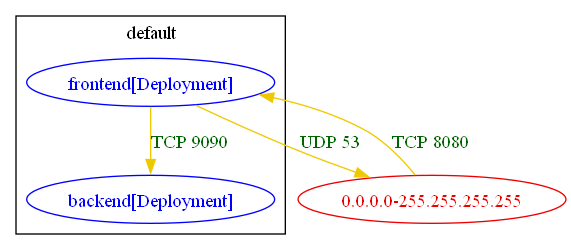
Above: test_outputs/connlist/netpol-analysis-example-minimal_connlist_output.dot.png in np-guard/netpol-analyzer (Graphviz), before the change. Its source is kept beside it as test_outputs/connlist/netpol-analysis-example-minimal_connlist_output.dot. The source it was exported from:
```dot
digraph {
	subgraph "cluster_default" {
		color="black"
		fontcolor="black"
		"default/backend[Deployment]" [label="backend[Deployment]" color="blue" fontcolor="blue"]
		"default/frontend[Deployment]" [label="frontend[Deployment]" color="blue" fontcolor="blue"]
		label="default"
	}
	"0.0.0.0-255.255.255.255" [label="0.0.0.0-255.255.255.255" color="red2" fontcolor="red2"]
	"0.0.0.0-255.255.255.255" -> "default/frontend[Deployment]" [label="TCP 8080" color="gold2" fontcolor="darkgreen" weight=0.5]
	"default/frontend[Deployment]" -> "0.0.0.0-255.255.255.255" [label="UDP 53" color="gold2" fontcolor="darkgreen" weight=1]
	"default/frontend[Deployment]" -> "default/backend[Deployment]" [label="TCP 9090" color="gold2" fontcolor="darkgreen" weight=1]
}
```
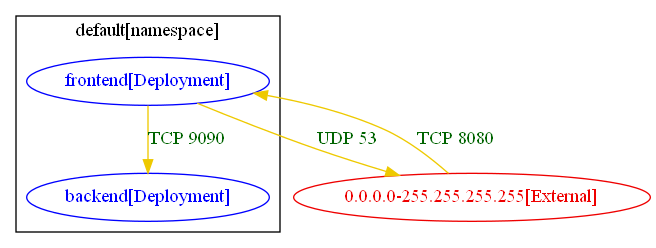
The same file after the commit.

Change to the diagram source:
```diff
@@ -1,13 +1,13 @@
 digraph {
-	subgraph "cluster_default" {
+	subgraph "cluster_default[namespace]" {
 		color="black"
 		fontcolor="black"
 		"default/backend[Deployment]" [label="backend[Deployment]" color="blue" fontcolor="blue"]
 		"default/frontend[Deployment]" [label="frontend[Deployment]" color="blue" fontcolor="blue"]
-		label="default"
+		label="default[namespace]"
 	}
-	"0.0.0.0-255.255.255.255" [label="0.0.0.0-255.255.255.255" color="red2" fontcolor="red2"]
-	"0.0.0.0-255.255.255.255" -> "default/frontend[Deployment]" [label="TCP 8080" color="gold2" fontcolor="darkgreen" weight=0.5]
-	"default/frontend[Deployment]" -> "0.0.0.0-255.255.255.255" [label="UDP 53" color="gold2" fontcolor="darkgreen" weight=1]
+	"0.0.0.0-255.255.255.255[External]" [label="0.0.0.0-255.255.255.255[External]" color="red2" fontcolor="red2"]
+	"0.0.0.0-255.255.255.255[External]" -> "default/frontend[Deployment]" [label="TCP 8080" color="gold2" fontcolor="darkgreen" weight=0.5]
+	"default/frontend[Deployment]" -> "0.0.0.0-255.255.255.255[External]" [label="UDP 53" color="gold2" fontcolor="darkgreen" weight=1]
 	"default/frontend[Deployment]" -> "default/backend[Deployment]" [label="TCP 9090" color="gold2" fontcolor="darkgreen" weight=1]
 }
```
